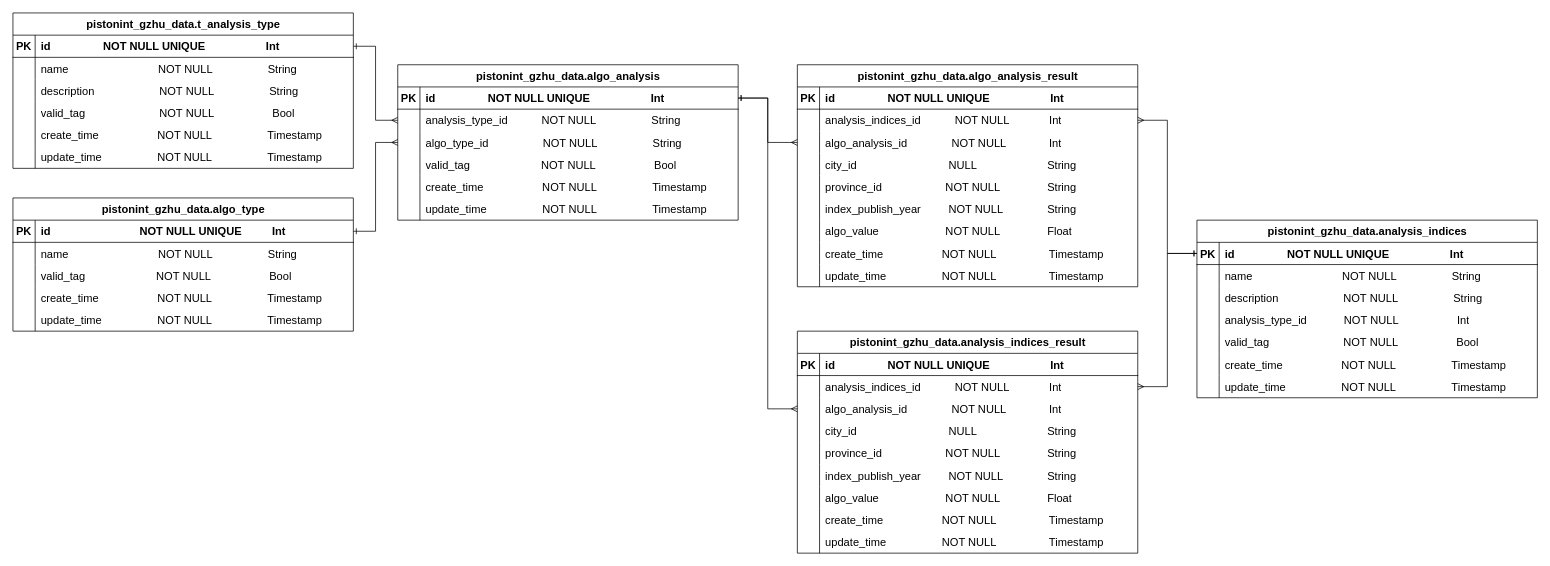
The draw.io diagram page "指数可视化模型" (8 of 10) of 广大数据平台逻辑图.drawio in wangzijia122/drawio_repository, before the edit. Source tidied: cells renumbered, new cells numbered last; positions are measured from the earlier drawing's top-left corner, leaving out a move shared by most shapes. Both pictures are drawn from the tidied source at 74%, with x=0, y=0 at pixel (13, 13).
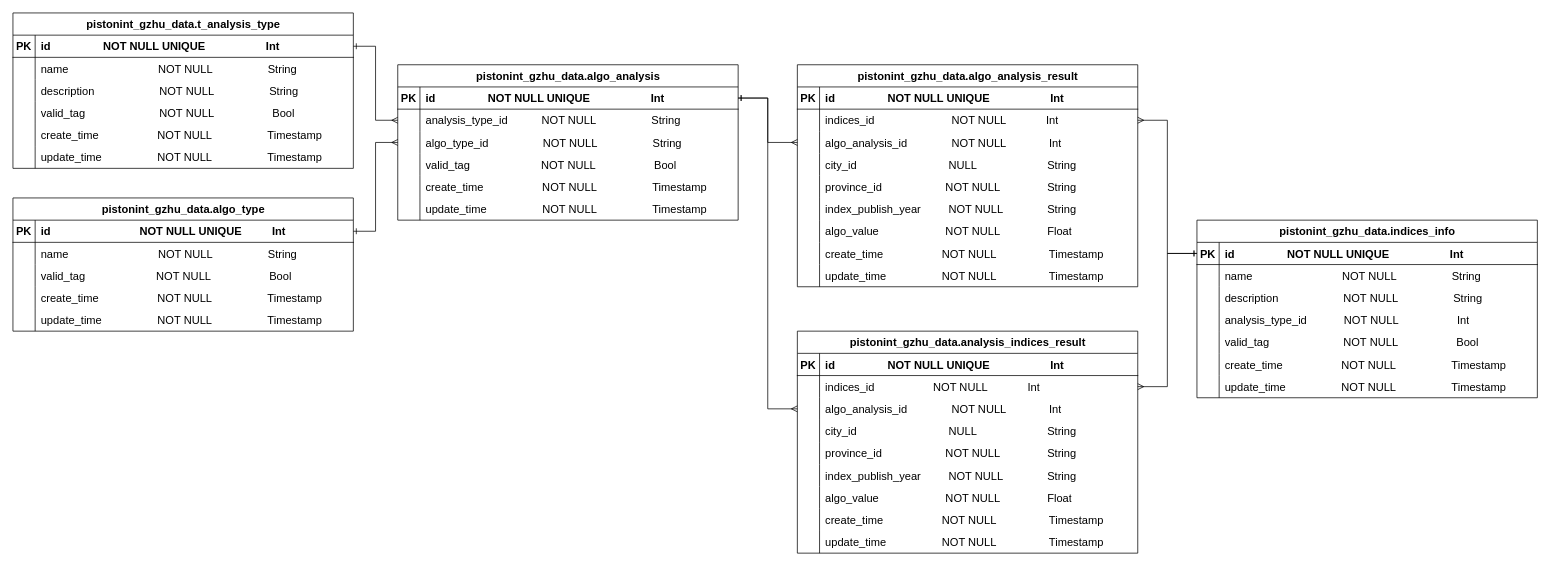
The same page after the edit.

Commit message:
更新广大数据平台逻辑图.drawio

The change refers to these unchanged cells:
```xml
<mxCell id="41" style="shape=tableRow;horizontal=0;startSize=0;swimlaneHead=0;swimlaneBody=0;fillColor=none;points=[[0,0.5],[1,0.5]];portConstraint=eastwest;top=0;left=0;right=0;bottom=0;fontSize=15;" parent="37" vertex="1">
  <mxGeometry y="60" width="460" height="30" as="geometry" />
</mxCell>
<mxCell id="113" style="shape=tableRow;horizontal=0;startSize=0;swimlaneHead=0;swimlaneBody=0;fillColor=none;points=[[0,0.5],[1,0.5]];portConstraint=eastwest;top=0;left=0;right=0;bottom=0;fontSize=15;" parent="109" vertex="1">
  <mxGeometry y="60" width="460" height="30" as="geometry" />
</mxCell>
```

Change to the diagram source:
```diff
@@
-    <mxCell id="43" value="analysis_indices_id&lt;span style=&quot;&quot;&gt;&lt;span style=&quot;&quot;&gt;&lt;span style=&quot;&quot;&gt;&lt;span style=&quot;&quot;&gt;&lt;span style=&quot;&quot;&gt;&lt;span style=&quot;&quot;&gt;&amp;nbsp;&amp;nbsp;&lt;/span&gt;&lt;/span&gt;&lt;span style=&quot;&quot;&gt;&lt;span style=&quot;&quot;&gt;&amp;nbsp;&amp;nbsp;&amp;nbsp;&amp;nbsp;&lt;/span&gt;&lt;/span&gt;&lt;span style=&quot;&quot;&gt;&lt;span style=&quot;&quot;&gt;&amp;nbsp;&amp;nbsp;&amp;nbsp;&amp;nbsp;      &lt;/span&gt;&lt;/span&gt;&lt;/span&gt;&lt;/span&gt;&lt;/span&gt;&lt;/span&gt;NOT NULL&lt;span style=&quot;&quot;&gt; &lt;/span&gt;&amp;nbsp;&lt;span style=&quot;&quot;&gt; &lt;/span&gt;&lt;span style=&quot;&quot;&gt; &lt;span style=&quot;&quot;&gt;&lt;span style=&quot;&quot;&gt;&amp;nbsp;&amp;nbsp;&amp;nbsp;&amp;nbsp;&lt;/span&gt;&lt;/span&gt;&lt;span style=&quot;&quot;&gt;&lt;span style=&quot;&quot;&gt;&amp;nbsp;&amp;nbsp;&amp;nbsp;&amp;nbsp;&lt;/span&gt;&lt;/span&gt; &lt;span style=&quot;&quot;&gt;&lt;span style=&quot;&quot;&gt;&amp;nbsp;&lt;/span&gt;&lt;/span&gt;&lt;/span&gt;Int" style="shape=partialRectangle;fillColor=none;top=0;left=0;bottom=0;right=0;align=left;spacingLeft=6;overflow=hidden;whiteSpace=wrap;html=1;fontSize=15;" parent="41" vertex="1">
+    <mxCell id="43" value="indices_id&lt;span style=&quot;&quot;&gt;&lt;span style=&quot;&quot;&gt;&lt;span style=&quot;&quot;&gt;&lt;span style=&quot;&quot;&gt;&lt;span style=&quot;&quot;&gt;&lt;span style=&quot;&quot;&gt;&amp;nbsp;&amp;nbsp;&lt;/span&gt;&lt;/span&gt;&lt;span style=&quot;&quot;&gt;&lt;span style=&quot;&quot;&gt;&amp;nbsp;&amp;nbsp;&amp;nbsp;&amp;nbsp;&lt;/span&gt;&lt;/span&gt;&lt;span style=&quot;&quot;&gt;&lt;span style=&quot;&quot;&gt;&amp;nbsp;&amp;nbsp;&amp;nbsp;&amp;nbsp;&lt;span style=&quot;white-space: pre;&quot;&gt;&#9;&lt;/span&gt;&lt;span style=&quot;white-space: pre;&quot;&gt;&#9;&lt;/span&gt;      &lt;/span&gt;&lt;/span&gt;&lt;/span&gt;&lt;/span&gt;&lt;/span&gt;&lt;/span&gt;NOT NULL&lt;span style=&quot;&quot;&gt; &lt;/span&gt;&amp;nbsp;&lt;span style=&quot;&quot;&gt; &lt;/span&gt;&lt;span style=&quot;&quot;&gt; &lt;span style=&quot;&quot;&gt;&lt;span style=&quot;&quot;&gt;&amp;nbsp;&amp;nbsp;&amp;nbsp;&amp;nbsp;&lt;/span&gt;&lt;/span&gt;&lt;span style=&quot;&quot;&gt;&lt;span style=&quot;&quot;&gt;&amp;nbsp;&amp;nbsp;&amp;nbsp;&amp;nbsp;&lt;/span&gt;&lt;/span&gt; &lt;span style=&quot;&quot;&gt;&lt;span style=&quot;&quot;&gt;&amp;nbsp;&lt;/span&gt;&lt;/span&gt;&lt;/span&gt;Int" style="shape=partialRectangle;fillColor=none;top=0;left=0;bottom=0;right=0;align=left;spacingLeft=6;overflow=hidden;whiteSpace=wrap;html=1;fontSize=15;" parent="41" vertex="1">
       <mxGeometry x="30" width="430" height="30" as="geometry" />
     </mxCell>
@@
-    <mxCell id="86" value="pistonint_gzhu_data.analysis_indices" style="shape=table;startSize=30;childLayout=tableLayout;rowLines=0;fontStyle=1;align=center;html=1;fontSize=15;" parent="1" vertex="1">
+    <mxCell id="86" value="pistonint_gzhu_data.indices_info" style="shape=table;startSize=30;childLayout=tableLayout;rowLines=0;fontStyle=1;align=center;html=1;fontSize=15;" parent="1" vertex="1">
       <mxGeometry x="1600" y="280" width="460" height="240" as="geometry" />
     </mxCell>
@@
-    <mxCell id="115" value="analysis_indices_id&lt;span style=&quot;&quot;&gt;&lt;span style=&quot;&quot;&gt;&lt;span style=&quot;&quot;&gt;&lt;span style=&quot;&quot;&gt;&lt;span style=&quot;&quot;&gt;&lt;span style=&quot;&quot;&gt;&amp;nbsp;&amp;nbsp;&lt;/span&gt;&lt;/span&gt;&lt;span style=&quot;&quot;&gt;&lt;span style=&quot;&quot;&gt;&amp;nbsp;&amp;nbsp;&amp;nbsp;&amp;nbsp;&lt;/span&gt;&lt;/span&gt;&lt;span style=&quot;&quot;&gt;&lt;span style=&quot;&quot;&gt;&amp;nbsp;&amp;nbsp;&amp;nbsp;&amp;nbsp;      &lt;/span&gt;&lt;/span&gt;&lt;/span&gt;&lt;/span&gt;&lt;/span&gt;&lt;/span&gt;NOT NULL&lt;span style=&quot;&quot;&gt; &lt;/span&gt;&amp;nbsp;&lt;span style=&quot;&quot;&gt; &lt;/span&gt;&lt;span style=&quot;&quot;&gt; &lt;span style=&quot;&quot;&gt;&lt;span style=&quot;&quot;&gt;&amp;nbsp;&amp;nbsp;&amp;nbsp;&amp;nbsp;&lt;/span&gt;&lt;/span&gt;&lt;span style=&quot;&quot;&gt;&lt;span style=&quot;&quot;&gt;&amp;nbsp;&amp;nbsp;&amp;nbsp;&amp;nbsp;&lt;/span&gt;&lt;/span&gt; &lt;span style=&quot;&quot;&gt;&lt;span style=&quot;&quot;&gt;&amp;nbsp;&lt;/span&gt;&lt;/span&gt;&lt;/span&gt;Int" style="shape=partialRectangle;fillColor=none;top=0;left=0;bottom=0;right=0;align=left;spacingLeft=6;overflow=hidden;whiteSpace=wrap;html=1;fontSize=15;" parent="113" vertex="1">
+    <mxCell id="115" value="indices_id&lt;span style=&quot;white-space: pre;&quot;&gt;&#9;&lt;/span&gt;&lt;span style=&quot;&quot;&gt;&lt;span style=&quot;&quot;&gt;&lt;span style=&quot;&quot;&gt;&lt;span style=&quot;&quot;&gt;&lt;span style=&quot;&quot;&gt;&lt;span style=&quot;&quot;&gt;&amp;nbsp;&amp;nbsp;&lt;/span&gt;&lt;/span&gt;&lt;span style=&quot;&quot;&gt;&lt;span style=&quot;&quot;&gt;&amp;nbsp;&amp;nbsp;&amp;nbsp;&amp;nbsp;&lt;/span&gt;&lt;/span&gt;&lt;span style=&quot;&quot;&gt;&lt;span style=&quot;&quot;&gt;&amp;nbsp;&amp;nbsp;&amp;nbsp;&amp;nbsp;      &lt;/span&gt;&lt;/span&gt;&lt;/span&gt;&lt;/span&gt;&lt;/span&gt;&lt;/span&gt;NOT NULL&lt;span style=&quot;&quot;&gt; &lt;/span&gt;&amp;nbsp;&lt;span style=&quot;&quot;&gt; &lt;/span&gt;&lt;span style=&quot;&quot;&gt; &lt;span style=&quot;&quot;&gt;&lt;span style=&quot;&quot;&gt;&amp;nbsp;&amp;nbsp;&amp;nbsp;&amp;nbsp;&lt;/span&gt;&lt;/span&gt;&lt;span style=&quot;&quot;&gt;&lt;span style=&quot;&quot;&gt;&amp;nbsp;&amp;nbsp;&amp;nbsp;&amp;nbsp;&lt;/span&gt;&lt;/span&gt; &lt;span style=&quot;&quot;&gt;&lt;span style=&quot;&quot;&gt;&amp;nbsp;&lt;/span&gt;&lt;/span&gt;&lt;/span&gt;Int" style="shape=partialRectangle;fillColor=none;top=0;left=0;bottom=0;right=0;align=left;spacingLeft=6;overflow=hidden;whiteSpace=wrap;html=1;fontSize=15;" parent="113" vertex="1">
       <mxGeometry x="30" width="430" height="30" as="geometry" />
     </mxCell>
```
